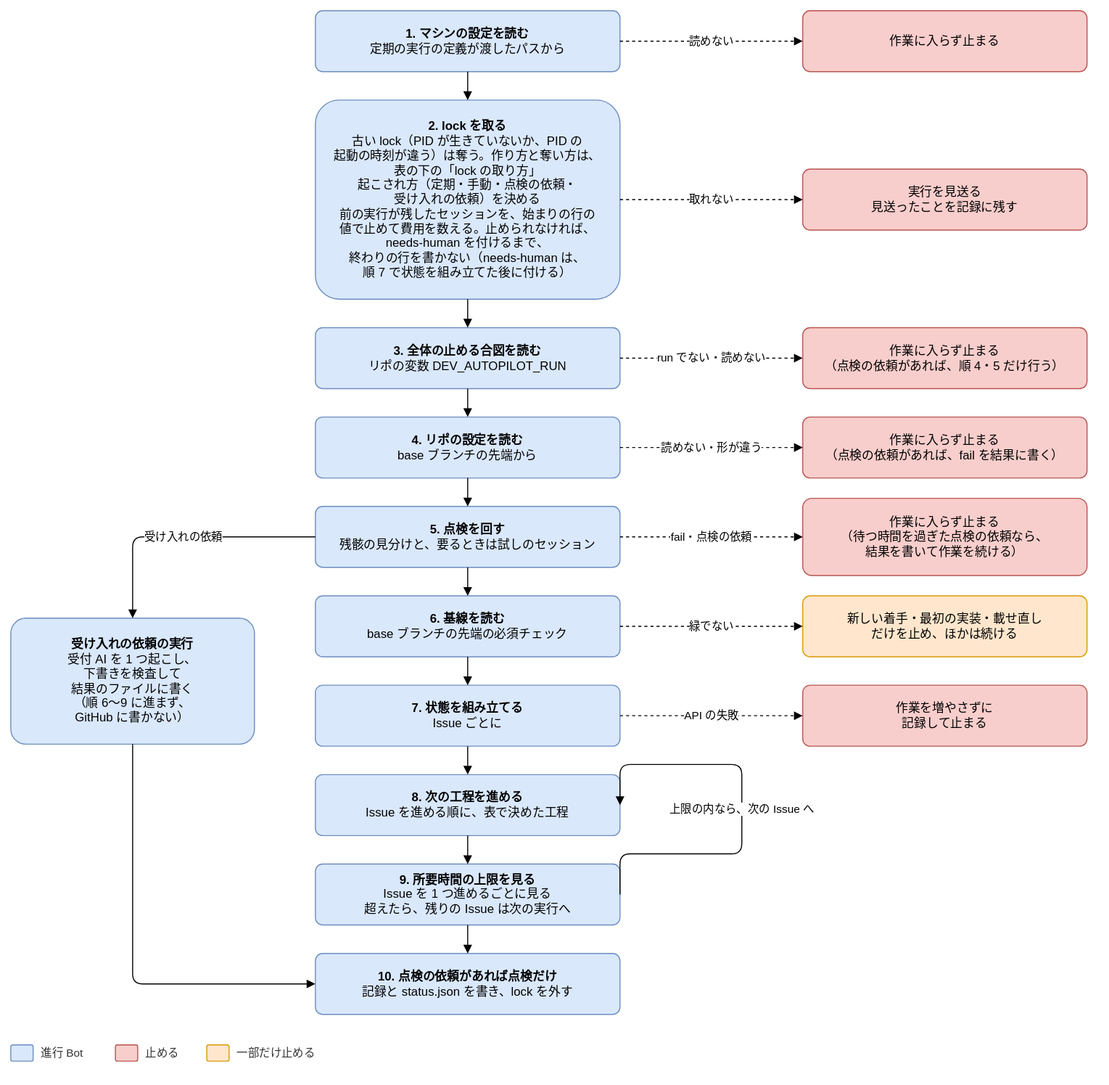
Joymerrevent/dev-autopilot keeps this draw.io diagram as docs/design/basic/diagrams/02-run-flow.drawio.svg. Above is the earlier version. Source tidied: cells renumbered, new cells last; positions are measured from the earlier drawing's top-left corner, leaving out a move shared by most shapes.
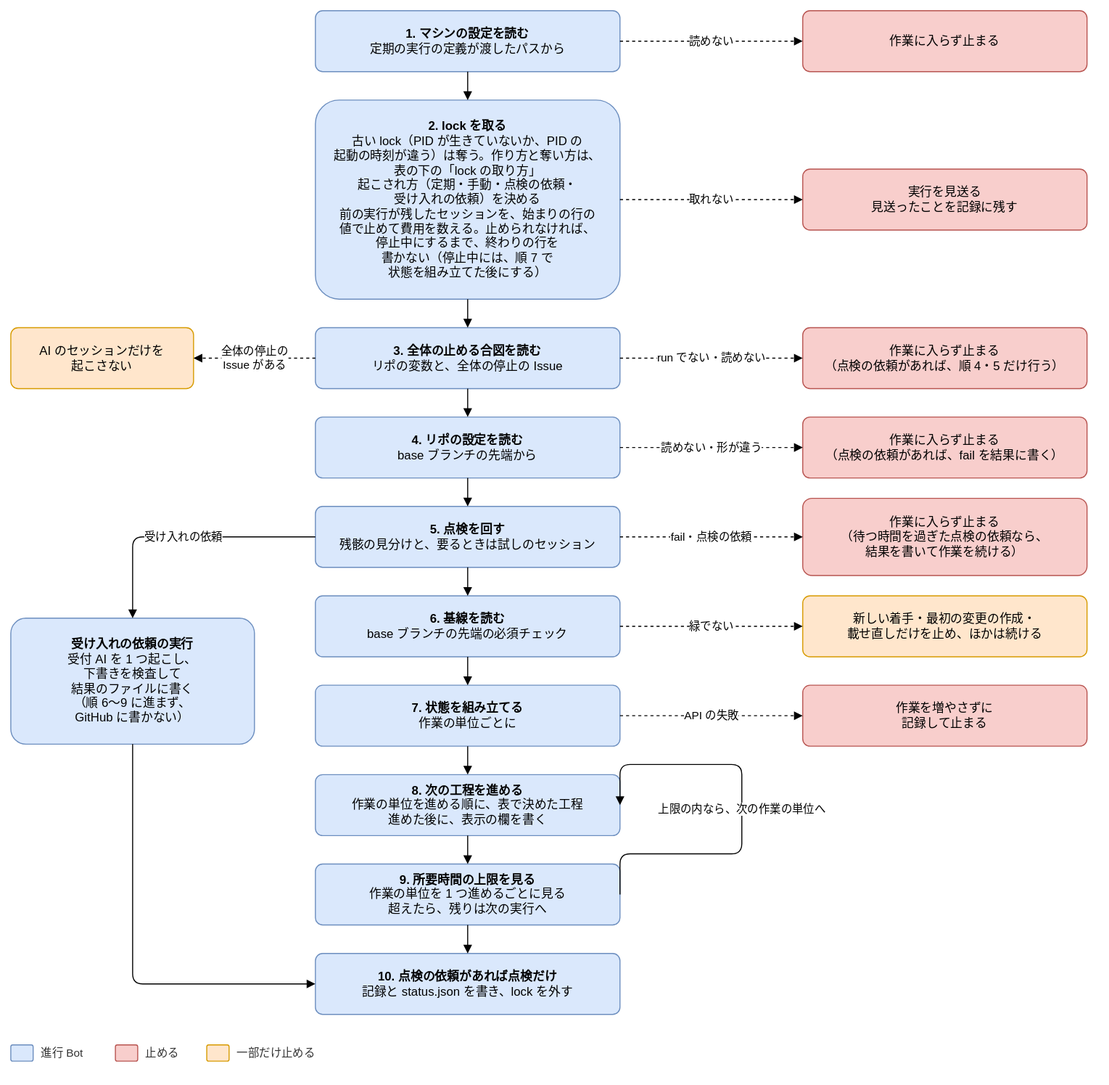
The same file after the commit.

What changed in the source:
```diff
@@ -11,7 +11,7 @@
     <mxCell id="4" value="読めない" style="edgeStyle=orthogonalEdgeStyle;rounded=1;html=1;endArrow=block;endFill=1;fontSize=11;labelBackgroundColor=#ffffff;dashed=1;exitX=1;exitY=0.5;exitDx=0;exitDy=0;entryX=0;entryY=0.5;entryDx=0;entryDy=0;" parent="1" edge="1" source="2" target="3">
       <mxGeometry relative="1" as="geometry" />
     </mxCell>
-    <mxCell id="5" value="&lt;b&gt;2. lock を取る&lt;/b&gt;&lt;br&gt;古い lock（PID が生きていないか、PID の&lt;br&gt;起動の時刻が違う）は奪う。作り方と奪い方は、&lt;br&gt;表の下の「lock の取り方」&lt;br&gt;起こされ方（定期・手動・点検の依頼・&lt;br&gt;受け入れの依頼）を決める&lt;br&gt;前の実行が残したセッションを、始まりの行の&lt;br&gt;値で止めて費用を数える。止められなければ、&lt;br&gt;needs-human を付けるまで、&lt;br&gt;終わりの行を書かない（needs-human は、&lt;br&gt;順 7 で状態を組み立てた後に付ける）" style="rounded=1;whiteSpace=wrap;html=1;fontSize=12;arcSize=12;spacing=12;fillColor=#dae8fc;strokeColor=#6c8ebf;" parent="1" vertex="1">
+    <mxCell id="5" value="&lt;b&gt;2. lock を取る&lt;/b&gt;&lt;br&gt;古い lock（PID が生きていないか、PID の&lt;br&gt;起動の時刻が違う）は奪う。作り方と奪い方は、&lt;br&gt;表の下の「lock の取り方」&lt;br&gt;起こされ方（定期・手動・点検の依頼・&lt;br&gt;受け入れの依頼）を決める&lt;br&gt;前の実行が残したセッションを、始まりの行の&lt;br&gt;値で止めて費用を数える。止められなければ、&lt;br&gt;停止中にするまで、終わりの行を&lt;br&gt;書かない（停止中には、順 7 で&lt;br&gt;状態を組み立てた後にする）" style="rounded=1;whiteSpace=wrap;html=1;fontSize=12;arcSize=12;spacing=12;fillColor=#dae8fc;strokeColor=#6c8ebf;" parent="1" vertex="1">
       <mxGeometry x="300" y="88" width="300" height="196" as="geometry" />
     </mxCell>
     <mxCell id="6" style="edgeStyle=orthogonalEdgeStyle;rounded=1;html=1;endArrow=block;endFill=1;fontSize=11;labelBackgroundColor=#ffffff;exitX=0.5;exitY=1;exitDx=0;exitDy=0;entryX=0.5;entryY=0;entryDx=0;entryDy=0;" parent="1" edge="1" source="2" target="5">
@@ -23,7 +23,7 @@
     <mxCell id="8" value="取れない" style="edgeStyle=orthogonalEdgeStyle;rounded=1;html=1;endArrow=block;endFill=1;fontSize=11;labelBackgroundColor=#ffffff;dashed=1;exitX=1;exitY=0.5;exitDx=0;exitDy=0;entryX=0;entryY=0.5;entryDx=0;entryDy=0;" parent="1" edge="1" source="5" target="7">
       <mxGeometry relative="1" as="geometry" />
     </mxCell>
-    <mxCell id="9" value="&lt;b&gt;3. 全体の止める合図を読む&lt;/b&gt;&lt;br&gt;リポの変数 DEV_AUTOPILOT_RUN" style="rounded=1;whiteSpace=wrap;html=1;fontSize=12;arcSize=12;spacing=12;fillColor=#dae8fc;strokeColor=#6c8ebf;" parent="1" vertex="1">
+    <mxCell id="9" value="&lt;b&gt;3. 全体の止める合図を読む&lt;/b&gt;&lt;br&gt;リポの変数と、全体の停止の Issue" style="rounded=1;whiteSpace=wrap;html=1;fontSize=12;arcSize=12;spacing=12;fillColor=#dae8fc;strokeColor=#6c8ebf;" parent="1" vertex="1">
       <mxGeometry x="300" y="312" width="300" height="60" as="geometry" />
     </mxCell>
     <mxCell id="10" style="edgeStyle=orthogonalEdgeStyle;rounded=1;html=1;endArrow=block;endFill=1;fontSize=11;labelBackgroundColor=#ffffff;exitX=0.5;exitY=1;exitDx=0;exitDy=0;entryX=0.5;entryY=0;entryDx=0;entryDy=0;" parent="1" edge="1" source="5" target="9">
@@ -65,13 +65,13 @@
     <mxCell id="22" style="edgeStyle=orthogonalEdgeStyle;rounded=1;html=1;endArrow=block;endFill=1;fontSize=11;labelBackgroundColor=#ffffff;exitX=0.5;exitY=1;exitDx=0;exitDy=0;entryX=0.5;entryY=0;entryDx=0;entryDy=0;" parent="1" edge="1" source="17" target="21">
       <mxGeometry relative="1" as="geometry" />
     </mxCell>
-    <mxCell id="23" value="新しい着手・最初の実装・載せ直し&lt;br&gt;だけを止め、ほかは続ける" style="rounded=1;whiteSpace=wrap;html=1;fontSize=12;arcSize=12;spacing=12;fillColor=#ffe6cc;strokeColor=#d79b00;" parent="1" vertex="1">
+    <mxCell id="23" value="新しい着手・最初の変更の作成・&lt;br&gt;載せ直しだけを止め、ほかは続ける" style="rounded=1;whiteSpace=wrap;html=1;fontSize=12;arcSize=12;spacing=12;fillColor=#ffe6cc;strokeColor=#d79b00;" parent="1" vertex="1">
       <mxGeometry x="780" y="576" width="280" height="60" as="geometry" />
     </mxCell>
     <mxCell id="24" value="緑でない" style="edgeStyle=orthogonalEdgeStyle;rounded=1;html=1;endArrow=block;endFill=1;fontSize=11;labelBackgroundColor=#ffffff;dashed=1;exitX=1;exitY=0.5;exitDx=0;exitDy=0;entryX=0;entryY=0.5;entryDx=0;entryDy=0;" parent="1" edge="1" source="21" target="23">
       <mxGeometry relative="1" as="geometry" />
     </mxCell>
-    <mxCell id="25" value="&lt;b&gt;7. 状態を組み立てる&lt;/b&gt;&lt;br&gt;Issue ごとに" style="rounded=1;whiteSpace=wrap;html=1;fontSize=12;arcSize=12;spacing=12;fillColor=#dae8fc;strokeColor=#6c8ebf;" parent="1" vertex="1">
+    <mxCell id="25" value="&lt;b&gt;7. 状態を組み立てる&lt;/b&gt;&lt;br&gt;作業の単位ごとに" style="rounded=1;whiteSpace=wrap;html=1;fontSize=12;arcSize=12;spacing=12;fillColor=#dae8fc;strokeColor=#6c8ebf;" parent="1" vertex="1">
       <mxGeometry x="300" y="664" width="300" height="60" as="geometry" />
     </mxCell>
     <mxCell id="26" style="edgeStyle=orthogonalEdgeStyle;rounded=1;html=1;endArrow=block;endFill=1;fontSize=11;labelBackgroundColor=#ffffff;exitX=0.5;exitY=1;exitDx=0;exitDy=0;entryX=0.5;entryY=0;entryDx=0;entryDy=0;" parent="1" edge="1" source="21" target="25">
@@ -83,13 +83,13 @@
     <mxCell id="28" value="API の失敗" style="edgeStyle=orthogonalEdgeStyle;rounded=1;html=1;endArrow=block;endFill=1;fontSize=11;labelBackgroundColor=#ffffff;dashed=1;exitX=1;exitY=0.5;exitDx=0;exitDy=0;entryX=0;entryY=0.5;entryDx=0;entryDy=0;" parent="1" edge="1" source="25" target="27">
       <mxGeometry relative="1" as="geometry" />
     </mxCell>
-    <mxCell id="29" value="&lt;b&gt;8. 次の工程を進める&lt;/b&gt;&lt;br&gt;Issue を進める順に、表で決めた工程" style="rounded=1;whiteSpace=wrap;html=1;fontSize=12;arcSize=12;spacing=12;fillColor=#dae8fc;strokeColor=#6c8ebf;" parent="1" vertex="1">
+    <mxCell id="29" value="&lt;b&gt;8. 次の工程を進める&lt;/b&gt;&lt;br&gt;作業の単位を進める順に、表で決めた工程&lt;br&gt;進めた後に、表示の欄を書く" style="rounded=1;whiteSpace=wrap;html=1;fontSize=12;arcSize=12;spacing=12;fillColor=#dae8fc;strokeColor=#6c8ebf;" parent="1" vertex="1">
       <mxGeometry x="300" y="752" width="300" height="60" as="geometry" />
     </mxCell>
     <mxCell id="30" style="edgeStyle=orthogonalEdgeStyle;rounded=1;html=1;endArrow=block;endFill=1;fontSize=11;labelBackgroundColor=#ffffff;exitX=0.5;exitY=1;exitDx=0;exitDy=0;entryX=0.5;entryY=0;entryDx=0;entryDy=0;" parent="1" edge="1" source="25" target="29">
       <mxGeometry relative="1" as="geometry" />
     </mxCell>
-    <mxCell id="31" value="&lt;b&gt;9. 所要時間の上限を見る&lt;/b&gt;&lt;br&gt;Issue を 1 つ進めるごとに見る&lt;br&gt;超えたら、残りの Issue は次の実行へ" style="rounded=1;whiteSpace=wrap;html=1;fontSize=12;arcSize=12;spacing=12;fillColor=#dae8fc;strokeColor=#6c8ebf;" parent="1" vertex="1">
+    <mxCell id="31" value="&lt;b&gt;9. 所要時間の上限を見る&lt;/b&gt;&lt;br&gt;作業の単位を 1 つ進めるごとに見る&lt;br&gt;超えたら、残りは次の実行へ" style="rounded=1;whiteSpace=wrap;html=1;fontSize=12;arcSize=12;spacing=12;fillColor=#dae8fc;strokeColor=#6c8ebf;" parent="1" vertex="1">
       <mxGeometry x="300" y="840" width="300" height="60" as="geometry" />
     </mxCell>
     <mxCell id="32" style="edgeStyle=orthogonalEdgeStyle;rounded=1;html=1;endArrow=block;endFill=1;fontSize=11;labelBackgroundColor=#ffffff;exitX=0.5;exitY=1;exitDx=0;exitDy=0;entryX=0.5;entryY=0;entryDx=0;entryDy=0;" parent="1" edge="1" source="29" target="31">
@@ -101,7 +101,7 @@
     <mxCell id="34" style="edgeStyle=orthogonalEdgeStyle;rounded=1;html=1;endArrow=block;endFill=1;fontSize=11;labelBackgroundColor=#ffffff;exitX=0.5;exitY=1;exitDx=0;exitDy=0;entryX=0.5;entryY=0;entryDx=0;entryDy=0;" parent="1" edge="1" source="31" target="33">
       <mxGeometry relative="1" as="geometry" />
     </mxCell>
-    <mxCell id="35" value="上限の内なら、次の Issue へ" style="edgeStyle=orthogonalEdgeStyle;rounded=1;html=1;endArrow=block;endFill=1;fontSize=11;labelBackgroundColor=#ffffff;exitX=1;exitY=0.5;exitDx=0;exitDy=0;entryX=1;entryY=0.5;entryDx=0;entryDy=0;" parent="1" edge="1" source="31" target="29">
+    <mxCell id="35" value="上限の内なら、次の作業の単位へ" style="edgeStyle=orthogonalEdgeStyle;rounded=1;html=1;endArrow=block;endFill=1;fontSize=11;labelBackgroundColor=#ffffff;exitX=1;exitY=0.5;exitDx=0;exitDy=0;entryX=1;entryY=0.5;entryDx=0;entryDy=0;" parent="1" edge="1" source="31" target="29">
       <mxGeometry relative="1" as="geometry">
         <Array as="points">
           <mxPoint x="720" y="830" />
@@ -136,5 +136,11 @@
     <mxCell id="44" style="edgeStyle=orthogonalEdgeStyle;rounded=1;html=1;endArrow=block;endFill=1;fontSize=11;labelBackgroundColor=#ffffff;exitX=0.5;exitY=1;exitDx=0;exitDy=0;entryX=0;entryY=0.5;entryDx=0;entryDy=0;" parent="1" edge="1" source="42" target="33">
       <mxGeometry relative="1" as="geometry" />
     </mxCell>
+    <mxCell id="45" value="AI のセッションだけを&lt;br&gt;起こさない" style="rounded=1;whiteSpace=wrap;html=1;fontSize=12;arcSize=12;spacing=12;fillColor=#ffe6cc;strokeColor=#d79b00;" parent="1" vertex="1">
+      <mxGeometry y="312" width="180" height="60" as="geometry" />
+    </mxCell>
+    <mxCell id="46" value="全体の停止の&lt;br&gt;Issue がある" style="edgeStyle=orthogonalEdgeStyle;rounded=1;html=1;endArrow=block;endFill=1;fontSize=11;labelBackgroundColor=#ffffff;dashed=1;exitX=0;exitY=0.5;exitDx=0;exitDy=0;entryX=1;entryY=0.5;entryDx=0;entryDy=0;" parent="1" edge="1" source="9" target="45">
+      <mxGeometry relative="1" as="geometry" />
+    </mxCell>
   </root>
 </mxGraphModel>
```
